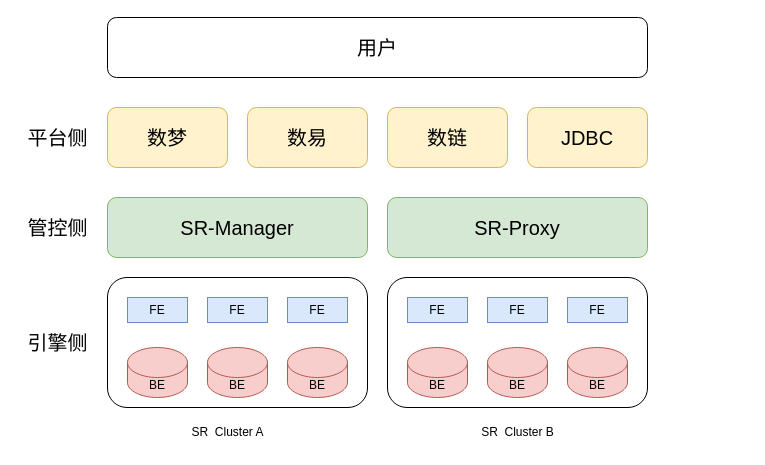
Above: SR eco arch.drawio in labud/pictures (draw.io), before the change. Source tidied: cells renumbered, new cells numbered last; positions are measured from the earlier drawing's top-left corner, leaving out a move shared by most shapes. Both pictures are drawn from the tidied source at 100%, with x=0, y=0 at pixel (17, 17).
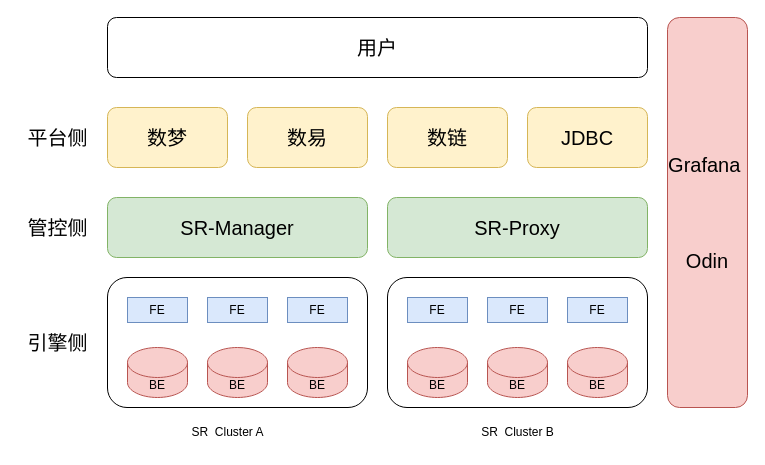
Above is the later version.

The edit, as a diff of the source:
```diff
@@
+    <mxCell id="28" value="&lt;font style=&quot;font-size: 20px;&quot;&gt;Grafana&amp;nbsp;&lt;/font&gt;&lt;div&gt;&lt;font style=&quot;font-size: 20px;&quot;&gt;&lt;br&gt;&lt;/font&gt;&lt;/div&gt;&lt;div&gt;&lt;font style=&quot;font-size: 20px;&quot;&gt;&lt;br&gt;&lt;/font&gt;&lt;/div&gt;&lt;div&gt;&lt;font style=&quot;font-size: 20px;&quot;&gt;&lt;br&gt;&lt;/font&gt;&lt;/div&gt;&lt;div&gt;&lt;font style=&quot;font-size: 20px;&quot;&gt;Odin&lt;/font&gt;&lt;/div&gt;" style="rounded=1;whiteSpace=wrap;html=1;fillColor=#f8cecc;strokeColor=#b85450;" parent="1" vertex="1">
+      <mxGeometry x="650" width="80" height="390" as="geometry" />
+    </mxCell>
```
